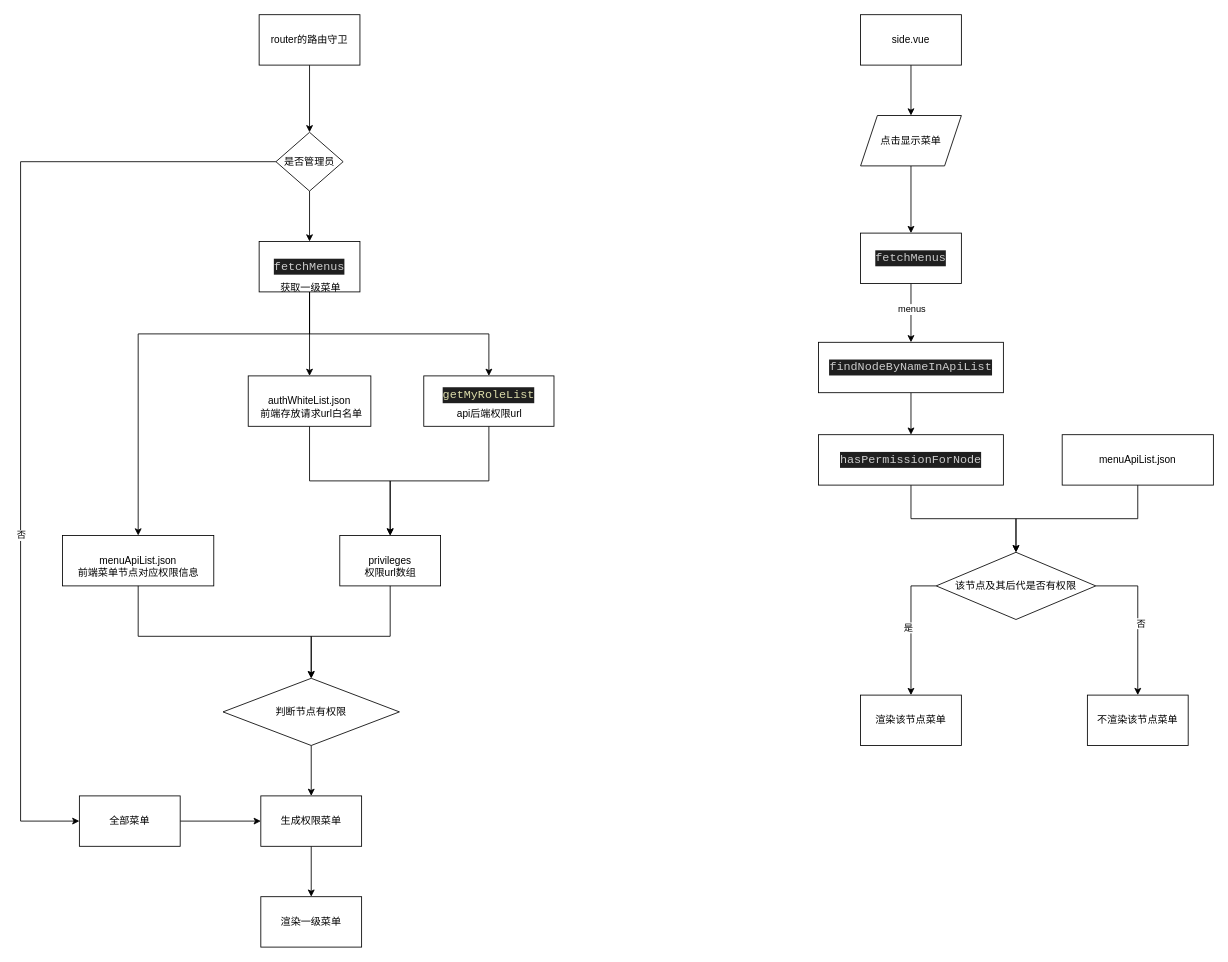
Before: Untitled Diagram.drawio in 438115215/testgit2, a draw.io diagram. Source tidied: cells renumbered, new cells numbered last; positions are measured from the earlier drawing's top-left corner, leaving out a move shared by most shapes. Both pictures are drawn from the tidied source at 84%, with x=0, y=0 at pixel (20, 14).
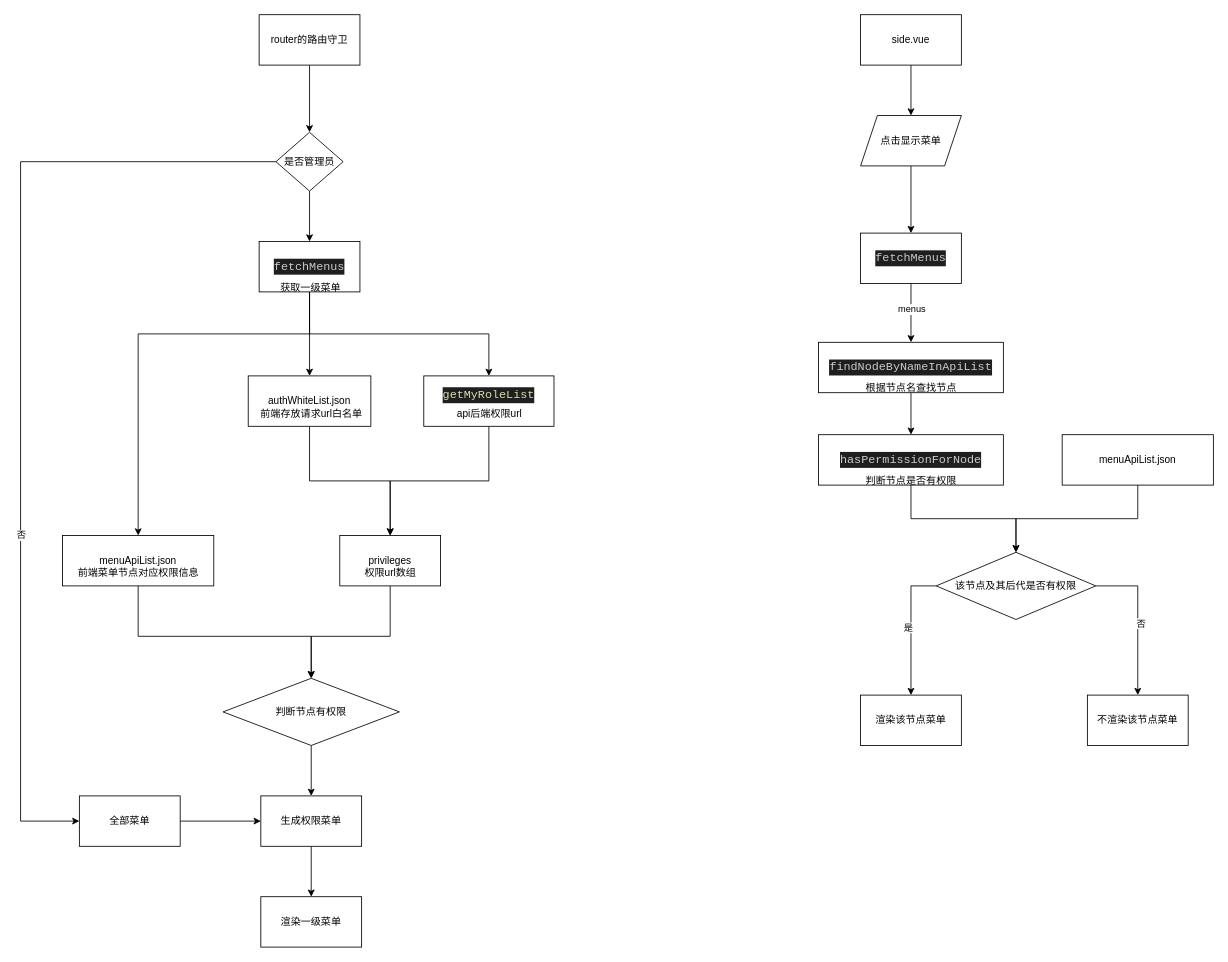
The same diagram, later.

What changed in the source:
```diff
@@
+    <mxCell id="52" value="根据节点名查找节点" style="text;html=1;align=center;verticalAlign=middle;strokeColor=none;fillColor=none;" parent="1" vertex="1">
+      <mxGeometry x="995" y="430" width="130" height="30" as="geometry" />
+    </mxCell>
+    <mxCell id="53" value="判断节点是否有权限" style="text;html=1;align=center;verticalAlign=middle;strokeColor=none;fillColor=none;" parent="1" vertex="1">
+      <mxGeometry x="995" y="540" width="130" height="30" as="geometry" />
+    </mxCell>
```
